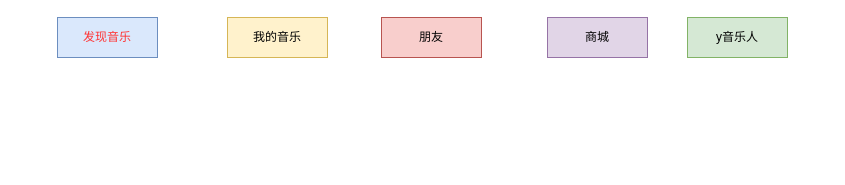
Earlier version of the draw.io diagram draw/routes.drawio (yayxs/NeteaseCloudMusic). Source tidied: cells renumbered, new cells numbered last; positions are measured from the earlier drawing's top-left corner, leaving out a move shared by most shapes. Both pictures are drawn from the tidied source at 100%, with x=0, y=0 at pixel (57, 17).
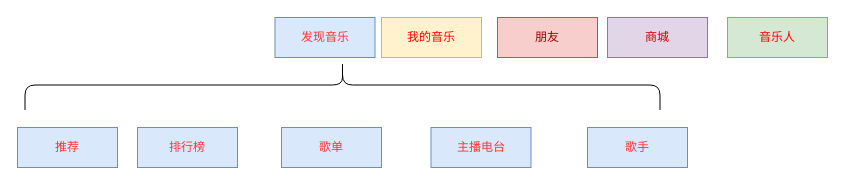
The same diagram, later.

The edit, as a diff of the source:
```diff
@@
 <mxGraphModel>
   <root>
     <mxCell id="0" />
     <mxCell id="1" parent="0" />
     <mxCell id="2" value="&lt;font color=&quot;#ff3333&quot;&gt;发现音乐&lt;/font&gt;" style="rounded=0;whiteSpace=wrap;html=1;fillColor=#dae8fc;strokeColor=#6c8ebf;" parent="1" vertex="1">
-      <mxGeometry width="100" height="40" as="geometry" />
+      <mxGeometry x="217.5" width="100" height="40" as="geometry" />
     </mxCell>
-    <mxCell id="3" value="我的音乐" style="rounded=0;whiteSpace=wrap;html=1;fillColor=#fff2cc;strokeColor=#d6b656;" parent="1" vertex="1">
-      <mxGeometry x="170" width="100" height="40" as="geometry" />
+    <mxCell id="3" value="我的音乐" style="rounded=0;whiteSpace=wrap;html=1;fillColor=#fff2cc;strokeColor=#d6b656;fontColor=#FF0000;" parent="1" vertex="1">
+      <mxGeometry x="324" width="100" height="40" as="geometry" />
     </mxCell>
-    <mxCell id="4" value="朋友" style="rounded=0;whiteSpace=wrap;html=1;fillColor=#f8cecc;strokeColor=#b85450;" parent="1" vertex="1">
-      <mxGeometry x="324" width="100" height="40" as="geometry" />
+    <mxCell id="4" value="朋友" style="rounded=0;whiteSpace=wrap;html=1;fillColor=#f8cecc;strokeColor=#b85450;fontColor=#990000;" parent="1" vertex="1">
+      <mxGeometry x="440" width="100" height="40" as="geometry" />
     </mxCell>
-    <mxCell id="5" value="商城" style="rounded=0;whiteSpace=wrap;html=1;fillColor=#e1d5e7;strokeColor=#9673a6;" parent="1" vertex="1">
-      <mxGeometry x="490" width="100" height="40" as="geometry" />
+    <mxCell id="5" value="商城" style="rounded=0;whiteSpace=wrap;html=1;fillColor=#e1d5e7;strokeColor=#9673a6;fontColor=#CC0000;" parent="1" vertex="1">
+      <mxGeometry x="550" width="100" height="40" as="geometry" />
     </mxCell>
-    <mxCell id="6" value="y音乐人" style="rounded=0;whiteSpace=wrap;html=1;fillColor=#d5e8d4;strokeColor=#82b366;" parent="1" vertex="1">
-      <mxGeometry x="630" width="100" height="40" as="geometry" />
+    <mxCell id="6" value="音乐人" style="rounded=0;whiteSpace=wrap;html=1;fillColor=#d5e8d4;strokeColor=#82b366;fontColor=#FF0000;" parent="1" vertex="1">
+      <mxGeometry x="670" width="100" height="40" as="geometry" />
     </mxCell>
+    <mxCell id="7" style="shape=curlyBracket;whiteSpace=wrap;html=1;rounded=1;fontColor=#FF0000;rotation=90;" parent="1" vertex="1">
+      <mxGeometry x="260" y="-250" width="50" height="635" as="geometry" />
+    </mxCell>
+    <mxCell id="8" value="&lt;font color=&quot;#ff3333&quot;&gt;歌手&lt;/font&gt;" style="rounded=0;whiteSpace=wrap;html=1;fillColor=#dae8fc;strokeColor=#6c8ebf;" parent="1" vertex="1">
+      <mxGeometry x="530" y="110" width="100" height="40" as="geometry" />
+    </mxCell>
+    <mxCell id="9" value="&lt;font color=&quot;#ff3333&quot;&gt;主播电台&lt;/font&gt;" style="rounded=0;whiteSpace=wrap;html=1;fillColor=#dae8fc;strokeColor=#6c8ebf;" parent="1" vertex="1">
+      <mxGeometry x="373.5" y="110" width="100" height="40" as="geometry" />
+    </mxCell>
+    <mxCell id="10" value="&lt;font color=&quot;#ff3333&quot;&gt;推荐&lt;/font&gt;" style="rounded=0;whiteSpace=wrap;html=1;fillColor=#dae8fc;strokeColor=#6c8ebf;" parent="1" vertex="1">
+      <mxGeometry x="-40" y="110" width="100" height="40" as="geometry" />
+    </mxCell>
+    <mxCell id="11" value="&lt;font color=&quot;#ff3333&quot;&gt;排行榜&lt;/font&gt;" style="rounded=0;whiteSpace=wrap;html=1;fillColor=#dae8fc;strokeColor=#6c8ebf;" parent="1" vertex="1">
+      <mxGeometry x="80" y="110" width="100" height="40" as="geometry" />
+    </mxCell>
+    <mxCell id="12" value="&lt;font color=&quot;#ff3333&quot;&gt;歌单&lt;/font&gt;" style="rounded=0;whiteSpace=wrap;html=1;fillColor=#dae8fc;strokeColor=#6c8ebf;" parent="1" vertex="1">
+      <mxGeometry x="224" y="110" width="100" height="40" as="geometry" />
+    </mxCell>
   </root>
 </mxGraphModel>
```
